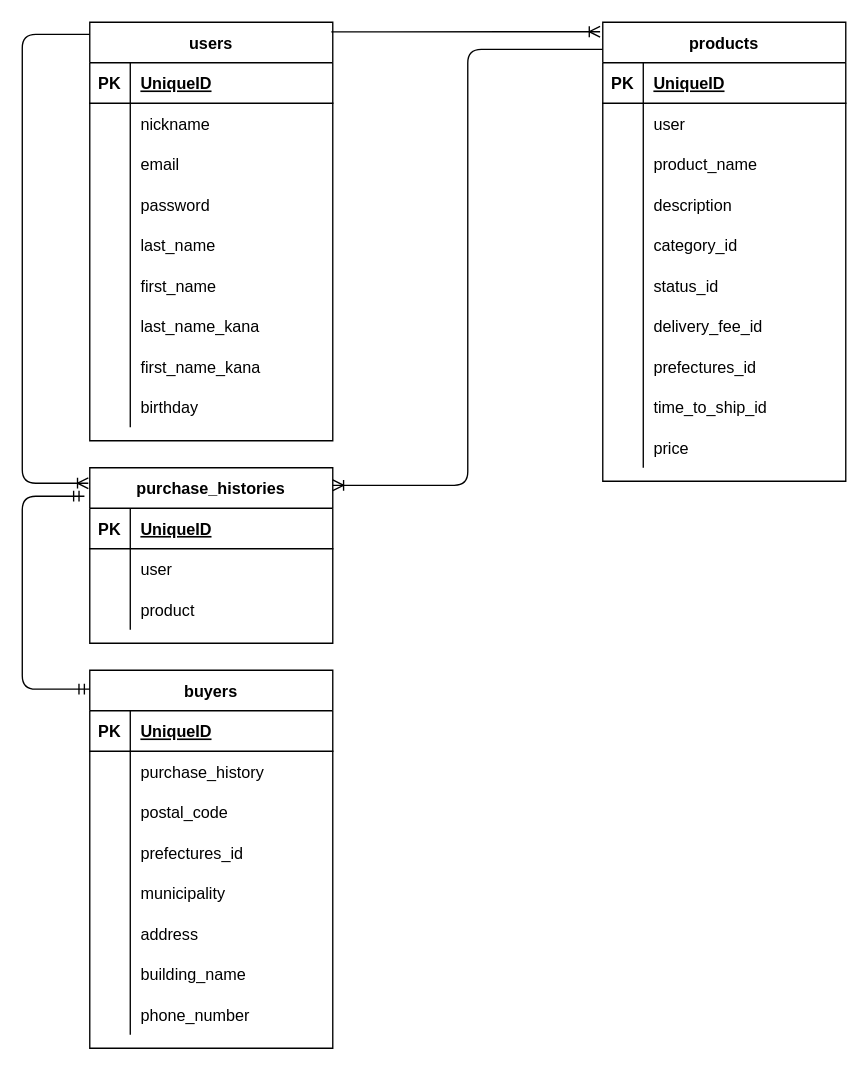
The draw.io diagram ER.dio in koshiro-saito/furima-31967, before the edit. Source tidied: cells renumbered, new cells numbered last; positions are measured from the earlier drawing's top-left corner, leaving out a move shared by most shapes. Both pictures are drawn from the tidied source at 135%, with x=0, y=0 at pixel (22, 22).
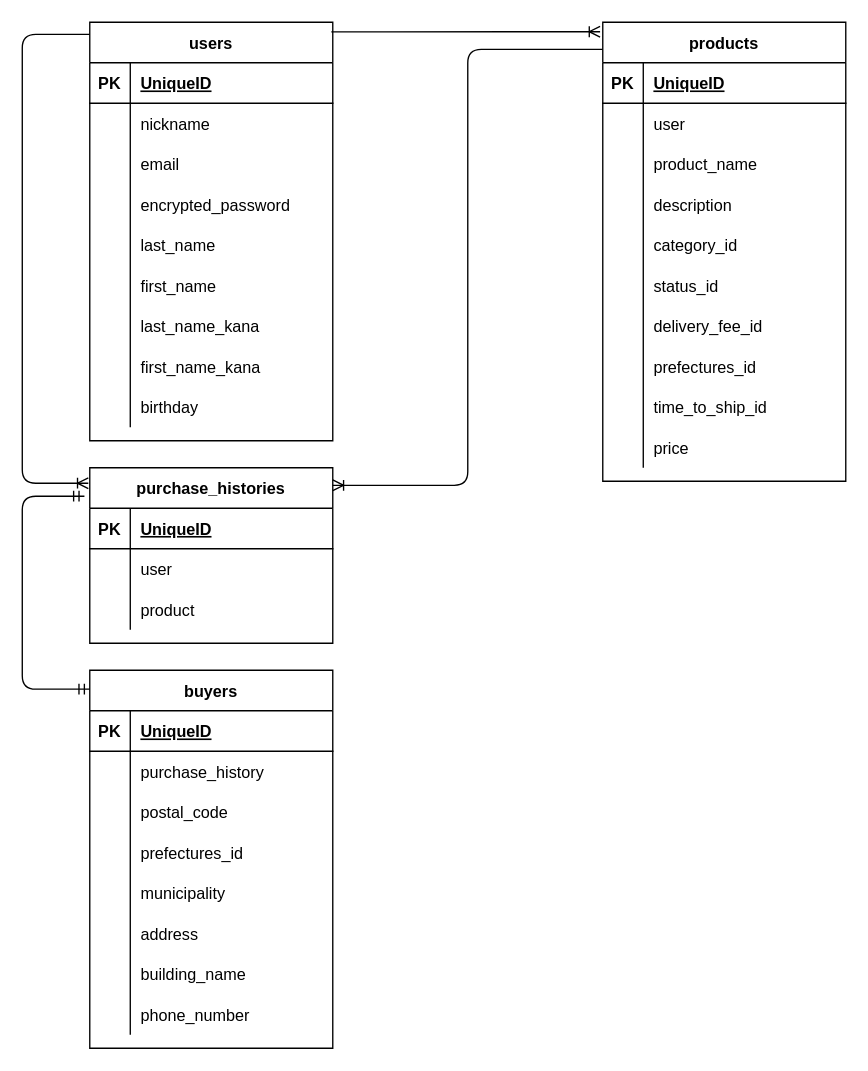
Above is the later version.

Unchanged cells that the change refers to:
```xml
<mxCell id="43" style="shape=partialRectangle;fillColor=none;top=0;left=0;bottom=0;right=0;" parent="33" vertex="1">
  <mxGeometry y="120" width="180" height="30" as="geometry" />
</mxCell>
```

What changed in the source:
```diff
@@
-    <mxCell id="45" value="password" style="shape=partialRectangle;fillColor=none;top=0;left=0;bottom=0;right=0;align=left;spacingLeft=6;overflow=hidden;" parent="43" vertex="1">
+    <mxCell id="45" value="encrypted_password" style="shape=partialRectangle;fillColor=none;top=0;left=0;bottom=0;right=0;align=left;spacingLeft=6;overflow=hidden;" parent="43" vertex="1">
       <mxGeometry x="30" width="150" height="30" as="geometry" />
     </mxCell>
```
